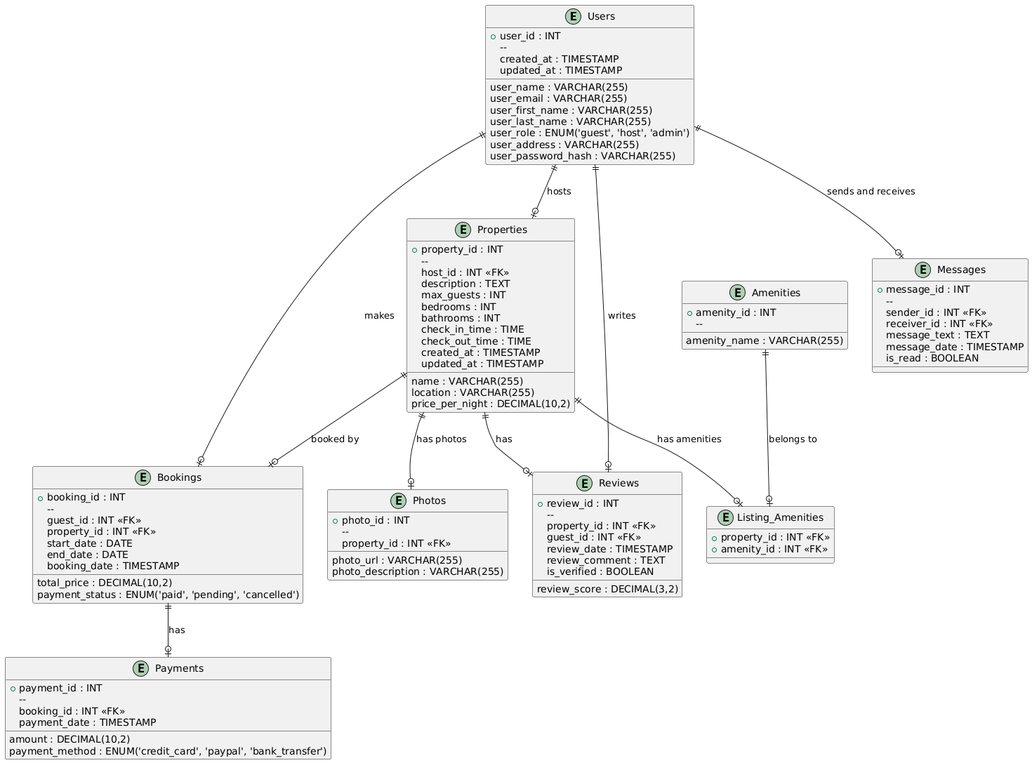
Earlier version of the PlantUML export public/erp.png (abdiesu04/alx-airbnb-database). Source of this version:
```plantuml
@startuml
!define table(x) entity x

table(Users) {
  + user_id : INT
  --
  user_name : VARCHAR(255)
  user_email : VARCHAR(255)
  user_first_name : VARCHAR(255)
  user_last_name : VARCHAR(255)
  user_role : ENUM('guest', 'host', 'admin')
  user_address : VARCHAR(255)
  user_password_hash : VARCHAR(255)
  created_at : TIMESTAMP
  updated_at : TIMESTAMP
}

table(Properties) {
  + property_id : INT
  --
  host_id : INT <<FK>>
  name : VARCHAR(255)
  description : TEXT
  location : VARCHAR(255)
  price_per_night : DECIMAL(10,2)
  max_guests : INT
  bedrooms : INT
  bathrooms : INT
  check_in_time : TIME
  check_out_time : TIME
  created_at : TIMESTAMP
  updated_at : TIMESTAMP
}

table(Bookings) {
  + booking_id : INT
  --
  guest_id : INT <<FK>>
  property_id : INT <<FK>>
  start_date : DATE
  end_date : DATE
  total_price : DECIMAL(10,2)
  payment_status : ENUM('paid', 'pending', 'cancelled')
  booking_date : TIMESTAMP
}

table(Payments) {
  + payment_id : INT
  --
  booking_id : INT <<FK>>
  amount : DECIMAL(10,2)
  payment_method : ENUM('credit_card', 'paypal', 'bank_transfer')
  payment_date : TIMESTAMP
}

table(Reviews) {
  + review_id : INT
  --
  property_id : INT <<FK>>
  guest_id : INT <<FK>>
  review_date : TIMESTAMP
  review_comment : TEXT
  review_score : DECIMAL(3,2)
  is_verified : BOOLEAN
}

table(Amenities) {
  + amenity_id : INT
  --
  amenity_name : VARCHAR(255)
}

table(Listing_Amenities) {
  + property_id : INT <<FK>>
  + amenity_id : INT <<FK>>
}

table(Messages) {
  + message_id : INT
  --
  sender_id : INT <<FK>>
  receiver_id : INT <<FK>>
  message_text : TEXT
  message_date : TIMESTAMP
  is_read : BOOLEAN
}

table(Photos) {
  + photo_id : INT
  --
  property_id : INT <<FK>>
  photo_url : VARCHAR(255)
  photo_description : VARCHAR(255)
}


Users ||--o| Properties : "hosts"
Users ||--o| Bookings : "makes"
Properties ||--o| Bookings : "booked by"
Properties ||--o| Reviews : "has"
Users ||--o| Reviews : "writes"
Bookings ||--o| Payments : "has"
Properties ||--o| Listing_Amenities : "has amenities"
Amenities ||--o| Listing_Amenities : "belongs to"
Users ||--o| Messages : "sends and receives"
Properties ||--o| Photos : "has photos"
@enduml
```
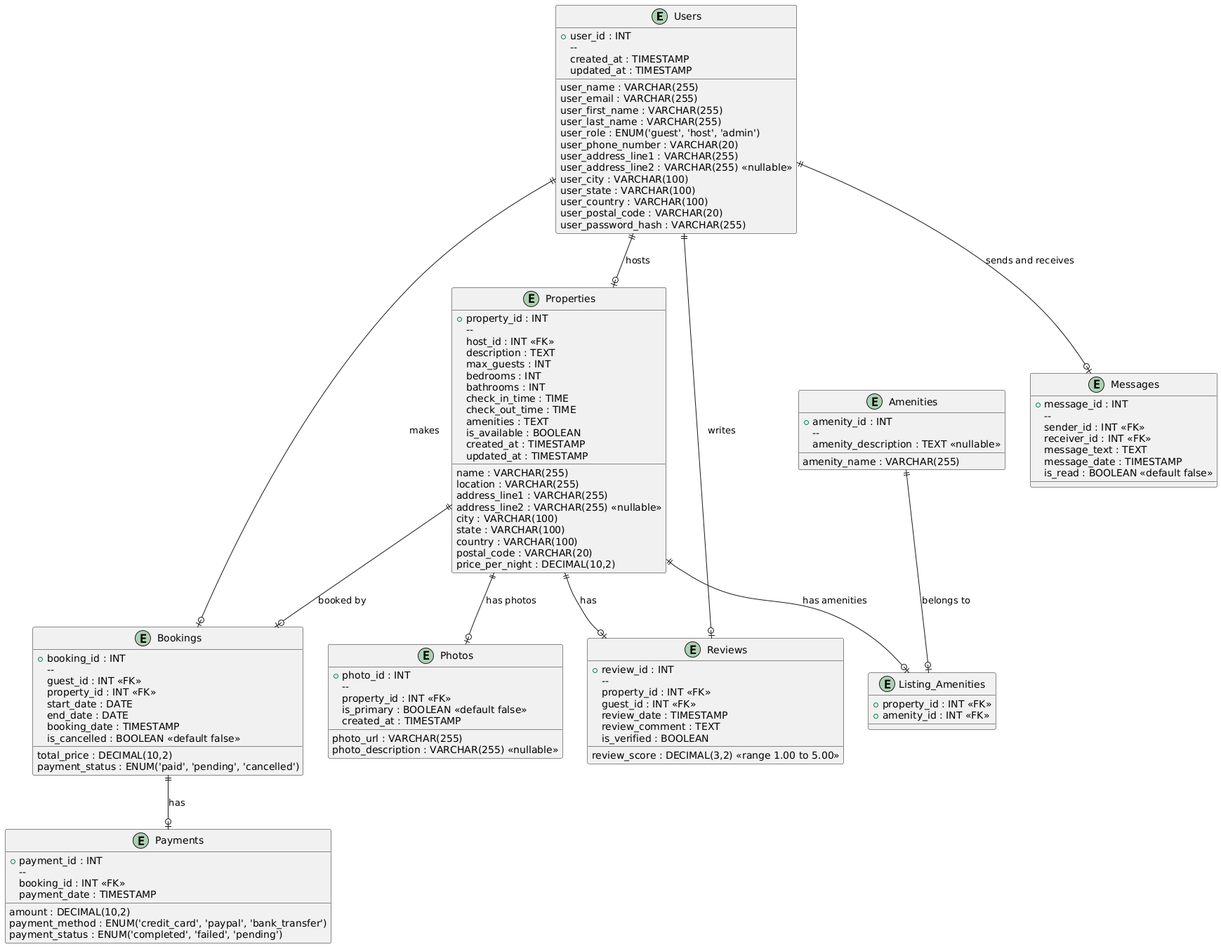
Above is the later version.

Commit message:
replace a erp image

Change to the diagram source:
```diff
@@ -9,7 +9,13 @@
   user_first_name : VARCHAR(255)
   user_last_name : VARCHAR(255)
   user_role : ENUM('guest', 'host', 'admin')
-  user_address : VARCHAR(255)
+  user_phone_number : VARCHAR(20)
+  user_address_line1 : VARCHAR(255)
+  user_address_line2 : VARCHAR(255) <<nullable>>
+  user_city : VARCHAR(100)
+  user_state : VARCHAR(100)
+  user_country : VARCHAR(100)
+  user_postal_code : VARCHAR(20)
   user_password_hash : VARCHAR(255)
   created_at : TIMESTAMP
   updated_at : TIMESTAMP
@@ -22,12 +28,20 @@
   name : VARCHAR(255)
   description : TEXT
   location : VARCHAR(255)
+  address_line1 : VARCHAR(255)
+  address_line2 : VARCHAR(255) <<nullable>>
+  city : VARCHAR(100)
+  state : VARCHAR(100)
+  country : VARCHAR(100)
+  postal_code : VARCHAR(20)
   price_per_night : DECIMAL(10,2)
   max_guests : INT
   bedrooms : INT
   bathrooms : INT
   check_in_time : TIME
   check_out_time : TIME
+  amenities : TEXT
+  is_available : BOOLEAN
   created_at : TIMESTAMP
   updated_at : TIMESTAMP
 }
@@ -42,6 +56,7 @@
   total_price : DECIMAL(10,2)
   payment_status : ENUM('paid', 'pending', 'cancelled')
   booking_date : TIMESTAMP
+  is_cancelled : BOOLEAN <<default false>>
 }
 
 table(Payments) {
@@ -51,6 +66,7 @@
   amount : DECIMAL(10,2)
   payment_method : ENUM('credit_card', 'paypal', 'bank_transfer')
   payment_date : TIMESTAMP
+  payment_status : ENUM('completed', 'failed', 'pending')
 }
 
 table(Reviews) {
@@ -60,7 +76,7 @@
   guest_id : INT <<FK>>
   review_date : TIMESTAMP
   review_comment : TEXT
-  review_score : DECIMAL(3,2)
+  review_score : DECIMAL(3,2) <<range 1.00 to 5.00>>
   is_verified : BOOLEAN
 }
 
@@ -68,6 +84,7 @@
   + amenity_id : INT
   --
   amenity_name : VARCHAR(255)
+  amenity_description : TEXT <<nullable>>
 }
 
 table(Listing_Amenities) {
@@ -82,7 +99,7 @@
   receiver_id : INT <<FK>>
   message_text : TEXT
   message_date : TIMESTAMP
-  is_read : BOOLEAN
+  is_read : BOOLEAN <<default false>>
 }
 
 table(Photos) {
@@ -90,7 +107,9 @@
   --
   property_id : INT <<FK>>
   photo_url : VARCHAR(255)
-  photo_description : VARCHAR(255)
+  photo_description : VARCHAR(255) <<nullable>>
+  is_primary : BOOLEAN <<default false>>
+  created_at : TIMESTAMP
 }
 
 
```
